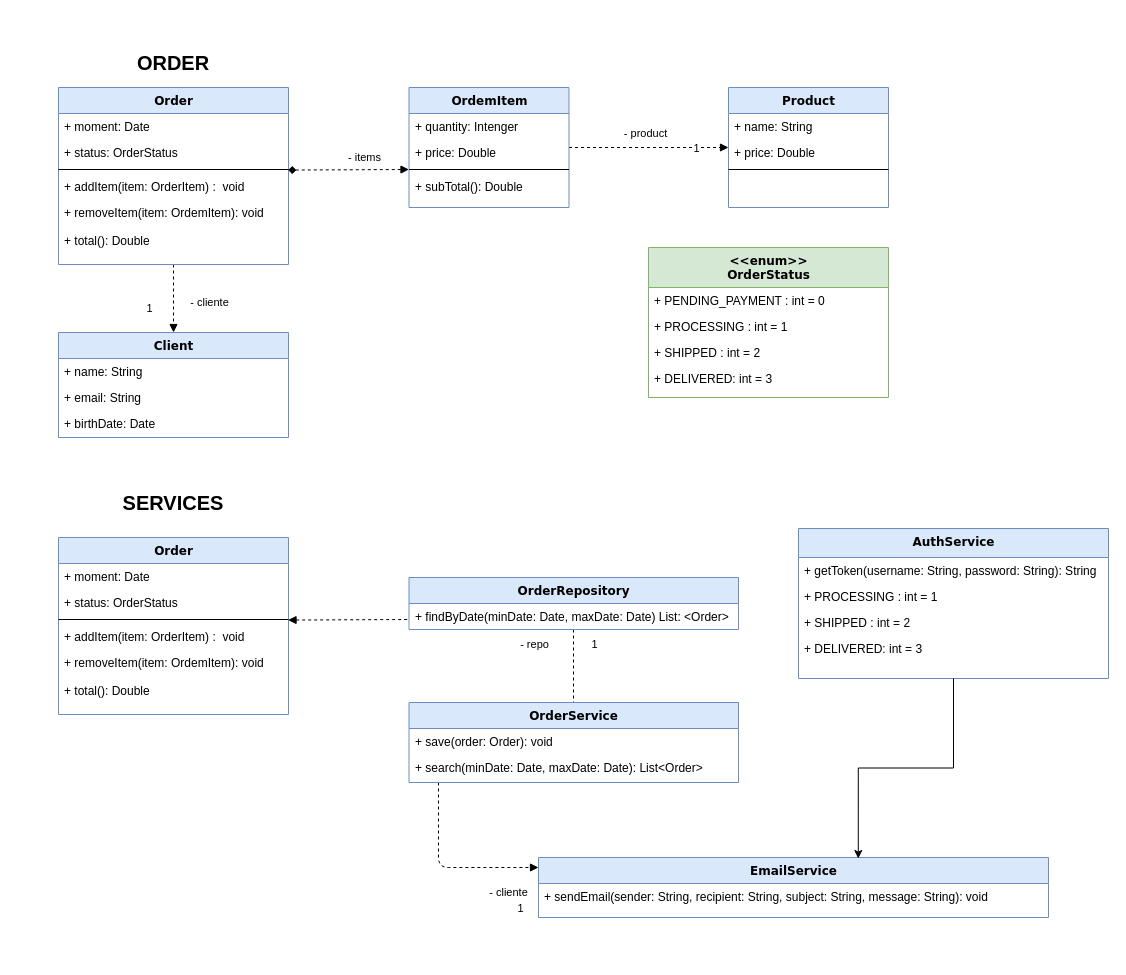
The draw.io diagram Order-Services.drawio in RodrigoGrisi/Diagramas, before the edit. Source tidied: cells renumbered, new cells numbered last; positions are measured from the earlier drawing's top-left corner, leaving out a move shared by most shapes. Both pictures are drawn from the tidied source at 100%, with x=0, y=0 at pixel (58, 47).
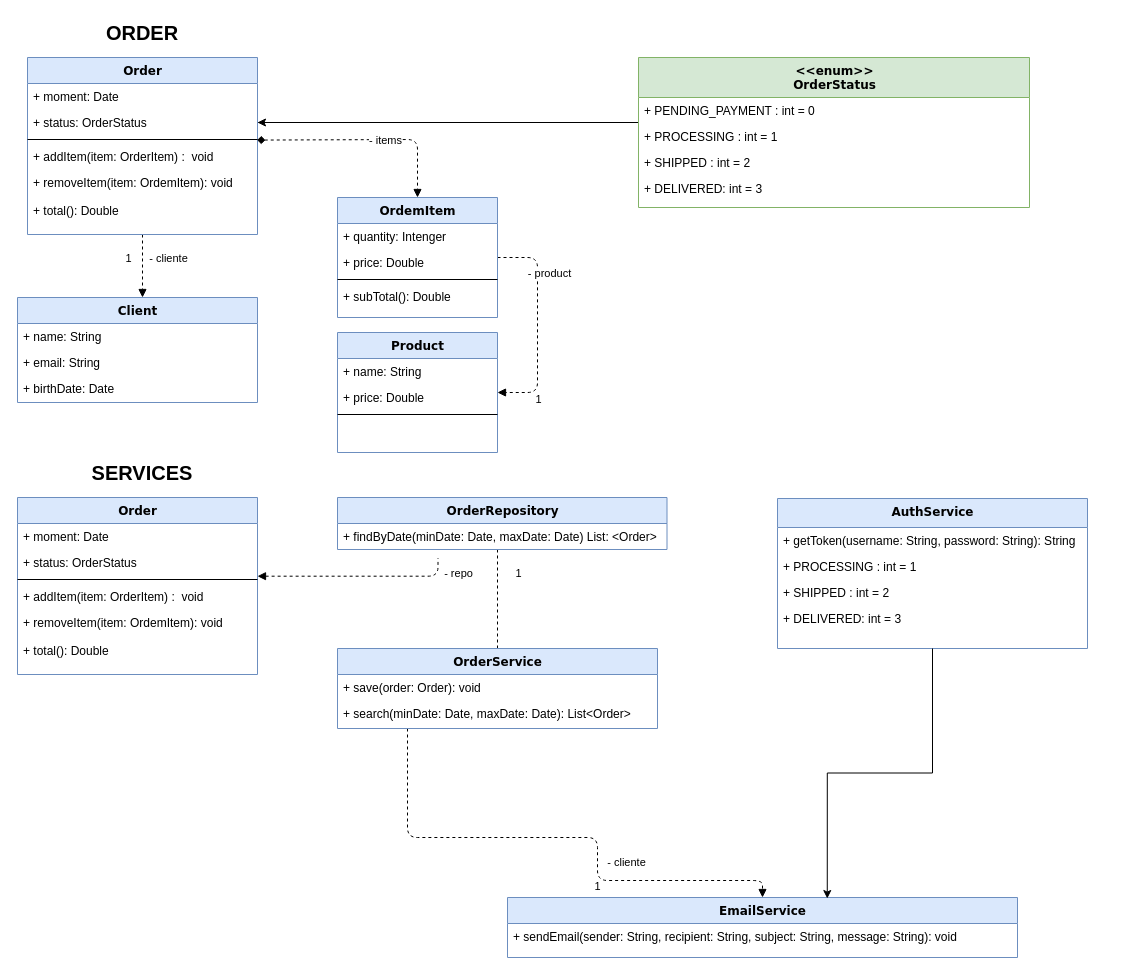
After the change.

The change refers to these unchanged cells:
```xml
<mxCell id="7" value="+ status: OrderStatus" style="text;html=1;strokeColor=none;fillColor=none;align=left;verticalAlign=top;spacingLeft=4;spacingRight=4;whiteSpace=wrap;overflow=hidden;points=[[0,0.5],[1,0.5]];portConstraint=eastwest;" parent="5" vertex="1">
  <mxGeometry y="52" width="230" height="26" as="geometry" />
</mxCell>
<mxCell id="8" style="line;html=1;strokeWidth=1;fillColor=none;align=left;verticalAlign=middle;spacingTop=-1;spacingLeft=3;spacingRight=3;labelPosition=right;points=[];portConstraint=eastwest;" parent="5" vertex="1">
  <mxGeometry y="78" width="230" height="8" as="geometry" />
</mxCell>
```

The edit, as a diff of the source:
```diff
@@
     <mxCell id="2" style="edgeStyle=orthogonalEdgeStyle;html=1;labelBackgroundColor=none;startFill=0;startSize=8;endArrow=block;endFill=1;endSize=6;fontFamily=Verdana;fontSize=12;dashed=1;" parent="1" edge="1" source="5" target="24">
       <mxGeometry relative="1" as="geometry">
         <Array as="points">
-          <mxPoint x="110" y="350" />
-          <mxPoint x="70" y="350" />
+          <mxPoint x="79" y="320" />
+          <mxPoint x="39" y="320" />
         </Array>
       </mxGeometry>
     </mxCell>
     <mxCell id="3" value="- cliente" style="edgeLabel;html=1;align=center;verticalAlign=middle;" parent="2" vertex="1">
       <mxGeometry x="0.02" relative="1" as="geometry">
-        <mxPoint x="35" y="2" as="offset" />
+        <mxPoint x="25" y="-9" as="offset" />
       </mxGeometry>
     </mxCell>
     <mxCell id="4" value="1" style="edgeLabel;html=1;align=center;verticalAlign=middle;" parent="2" vertex="1">
       <mxGeometry x="-0.17" relative="1" as="geometry">
-        <mxPoint x="-25" y="15" as="offset" />
+        <mxPoint x="-15" y="-3" as="offset" />
       </mxGeometry>
     </mxCell>
     <mxCell id="5" value="Order" style="swimlane;html=1;fontStyle=1;align=center;verticalAlign=top;horizontal=1;startSize=26;swimlaneFillColor=#ffffff;rounded=0;shadow=0;comic=0;labelBackgroundColor=none;strokeWidth=1;fillColor=#dae8fc;fontFamily=Verdana;fontSize=12;strokeColor=#6c8ebf;" parent="1" vertex="1">
-      <mxGeometry y="40" width="230" height="177" as="geometry" />
+      <mxGeometry x="-31" y="10" width="230" height="177" as="geometry" />
     </mxCell>
@@
     <mxCell id="12" style="edgeStyle=elbowEdgeStyle;html=1;labelBackgroundColor=none;startFill=0;startSize=8;endArrow=block;endFill=1;endSize=6;fontFamily=Verdana;fontSize=12;elbow=horizontal;dashed=1;" parent="1" edge="1" source="15" target="20">
-      <mxGeometry relative="1" as="geometry" />
+      <mxGeometry relative="1" as="geometry">
+        <Array as="points">
+          <mxPoint x="479" y="90" />
+        </Array>
+      </mxGeometry>
     </mxCell>
     <mxCell id="13" value="- product" style="edgeLabel;html=1;align=center;verticalAlign=middle;" parent="12" vertex="1">
       <mxGeometry x="-0.33" y="-2" relative="1" as="geometry">
-        <mxPoint x="23" y="-17" as="offset" />
+        <mxPoint x="13" y="-17" as="offset" />
       </mxGeometry>
     </mxCell>
     <mxCell id="14" value="1" style="edgeLabel;html=1;align=center;verticalAlign=middle;" parent="12" vertex="1">
-      <mxGeometry x="0.59" relative="1" as="geometry" />
+      <mxGeometry x="0.59" relative="1" as="geometry">
+        <mxPoint y="10" as="offset" />
+      </mxGeometry>
     </mxCell>
     <mxCell id="15" value="OrdemItem" style="swimlane;html=1;fontStyle=1;align=center;verticalAlign=top;horizontal=1;startSize=26;swimlaneFillColor=#ffffff;rounded=0;shadow=0;comic=0;labelBackgroundColor=none;strokeWidth=1;fillColor=#dae8fc;fontFamily=Verdana;fontSize=12;strokeColor=#6c8ebf;" parent="1" vertex="1">
-      <mxGeometry x="350.5" y="40" width="160" height="120" as="geometry" />
+      <mxGeometry x="279" y="150" width="160" height="120" as="geometry" />
     </mxCell>
@@
     <mxCell id="20" value="Product" style="swimlane;html=1;fontStyle=1;align=center;verticalAlign=top;horizontal=1;startSize=26;swimlaneFillColor=#ffffff;rounded=0;shadow=0;comic=0;labelBackgroundColor=none;strokeWidth=1;fillColor=#dae8fc;fontFamily=Verdana;fontSize=12;strokeColor=#6c8ebf;" parent="1" vertex="1">
-      <mxGeometry x="670" y="40" width="160" height="120" as="geometry" />
+      <mxGeometry x="279" y="285" width="160" height="120" as="geometry" />
     </mxCell>
@@
     <mxCell id="24" value="Client" style="swimlane;html=1;fontStyle=1;align=center;verticalAlign=top;horizontal=1;startSize=26;swimlaneFillColor=#ffffff;rounded=0;shadow=0;comic=0;labelBackgroundColor=none;strokeWidth=1;fillColor=#dae8fc;fontFamily=Verdana;fontSize=12;strokeColor=#6c8ebf;" parent="1" vertex="1">
-      <mxGeometry y="285" width="230" height="105" as="geometry" />
+      <mxGeometry x="-41" y="250" width="240" height="105" as="geometry" />
     </mxCell>
     <mxCell id="25" value="+ name: String" style="text;html=1;strokeColor=none;fillColor=none;align=left;verticalAlign=top;spacingLeft=4;spacingRight=4;whiteSpace=wrap;overflow=hidden;" parent="24" vertex="1">
-      <mxGeometry y="26" width="230" height="26" as="geometry" />
+      <mxGeometry y="26" width="240" height="26" as="geometry" />
     </mxCell>
     <mxCell id="26" value="+ email: String" style="text;html=1;strokeColor=none;fillColor=none;align=left;verticalAlign=top;spacingLeft=4;spacingRight=4;whiteSpace=wrap;overflow=hidden;" parent="24" vertex="1">
-      <mxGeometry y="52" width="230" height="26" as="geometry" />
+      <mxGeometry y="52" width="240" height="26" as="geometry" />
     </mxCell>
     <mxCell id="27" value="+ birthDate: Date" style="text;html=1;strokeColor=none;fillColor=none;align=left;verticalAlign=top;spacingLeft=4;spacingRight=4;whiteSpace=wrap;overflow=hidden;" parent="24" vertex="1">
-      <mxGeometry y="78" width="230" height="26" as="geometry" />
+      <mxGeometry y="78" width="240" height="26" as="geometry" />
     </mxCell>
+    <mxCell id="64" style="edgeStyle=orthogonalEdgeStyle;rounded=0;jettySize=auto;html=1;" parent="1" edge="1" source="28" target="7">
+      <mxGeometry relative="1" as="geometry">
+        <Array as="points">
+          <mxPoint x="200" y="75" />
+          <mxPoint x="200" y="75" />
+        </Array>
+      </mxGeometry>
+    </mxCell>
     <mxCell id="28" value="&amp;lt;&amp;lt;enum&amp;gt;&amp;gt;&lt;div&gt;OrderStatus&lt;/div&gt;" style="swimlane;html=1;fontStyle=1;align=center;verticalAlign=top;horizontal=1;startSize=40;swimlaneFillColor=#ffffff;rounded=0;shadow=0;comic=0;labelBackgroundColor=none;strokeWidth=1;fillColor=#d5e8d4;fontFamily=Verdana;fontSize=12;strokeColor=#82b366;" parent="1" vertex="1">
-      <mxGeometry x="590" y="200" width="240" height="150" as="geometry" />
+      <mxGeometry x="580" y="10" width="391" height="150" as="geometry" />
     </mxCell>
     <mxCell id="29" value="+ PENDING_PAYMENT : int = 0" style="text;html=1;strokeColor=none;fillColor=none;align=left;verticalAlign=top;spacingLeft=4;spacingRight=4;whiteSpace=wrap;overflow=hidden;" parent="28" vertex="1">
-      <mxGeometry y="40" width="240" height="26" as="geometry" />
+      <mxGeometry y="40" width="391" height="26" as="geometry" />
     </mxCell>
     <mxCell id="30" value="+ PROCESSING : int = 1" style="text;html=1;strokeColor=none;fillColor=none;align=left;verticalAlign=top;spacingLeft=4;spacingRight=4;whiteSpace=wrap;overflow=hidden;" parent="28" vertex="1">
-      <mxGeometry y="66" width="240" height="26" as="geometry" />
+      <mxGeometry y="66" width="391" height="26" as="geometry" />
     </mxCell>
     <mxCell id="31" value="+ SHIPPED : int = 2" style="text;html=1;strokeColor=none;fillColor=none;align=left;verticalAlign=top;spacingLeft=4;spacingRight=4;whiteSpace=wrap;overflow=hidden;" parent="28" vertex="1">
-      <mxGeometry y="92" width="240" height="26" as="geometry" />
+      <mxGeometry y="92" width="391" height="26" as="geometry" />
     </mxCell>
     <mxCell id="32" value="+ DELIVERED: int = 3" style="text;html=1;strokeColor=none;fillColor=none;align=left;verticalAlign=top;spacingLeft=4;spacingRight=4;whiteSpace=wrap;overflow=hidden;" parent="28" vertex="1">
-      <mxGeometry y="118" width="240" height="26" as="geometry" />
+      <mxGeometry y="118" width="391" height="26" as="geometry" />
     </mxCell>
     <mxCell id="33" style="edgeStyle=elbowEdgeStyle;html=1;labelBackgroundColor=none;startFill=1;endArrow=block;endFill=1;fontFamily=Verdana;fontSize=12;elbow=vertical;dashed=1;exitX=0.998;exitY=0.572;exitDx=0;exitDy=0;exitPerimeter=0;startArrow=diamond;" parent="1" edge="1" source="8" target="15">
       <mxGeometry relative="1" as="geometry">
         <Array as="points">
-          <mxPoint x="270" y="122" />
-          <mxPoint x="460" y="81.5" />
-          <mxPoint x="350" y="80.5" />
+          <mxPoint x="239" y="92" />
+          <mxPoint x="429" y="51.5" />
+          <mxPoint x="319" y="50.5" />
         </Array>
       </mxGeometry>
     </mxCell>
     <mxCell id="34" value="- items" style="edgeLabel;html=1;align=center;verticalAlign=middle;" parent="33" vertex="1">
       <mxGeometry x="0.27" y="1" relative="1" as="geometry">
-        <mxPoint y="-12" as="offset" />
+        <mxPoint x="-10" y="1" as="offset" />
       </mxGeometry>
     </mxCell>
     <mxCell id="35" value="&lt;b&gt;&lt;font style=&quot;font-size: 20px;&quot;&gt;ORDER&lt;/font&gt;&lt;/b&gt;" style="text;strokeColor=none;align=center;fillColor=none;html=1;verticalAlign=middle;whiteSpace=wrap;rounded=0;" parent="1" vertex="1">
-      <mxGeometry width="230" height="30" as="geometry" />
+      <mxGeometry x="-31" y="-30" width="230" height="30" as="geometry" />
     </mxCell>
     <mxCell id="36" value="&lt;b&gt;&lt;font style=&quot;font-size: 20px;&quot;&gt;SERVICES&lt;/font&gt;&lt;/b&gt;" style="text;strokeColor=none;align=center;fillColor=none;html=1;verticalAlign=middle;whiteSpace=wrap;rounded=0;" parent="1" vertex="1">
-      <mxGeometry y="440" width="230" height="30" as="geometry" />
+      <mxGeometry x="-31" y="410" width="230" height="30" as="geometry" />
     </mxCell>
     <mxCell id="37" style="edgeStyle=orthogonalEdgeStyle;html=1;labelBackgroundColor=none;startFill=0;startSize=8;endArrow=block;endFill=1;endSize=6;fontFamily=Verdana;fontSize=12;dashed=1;" parent="1" edge="1" source="52" target="55">
       <mxGeometry relative="1" as="geometry">
         <Array as="points">
-          <mxPoint x="380" y="820" />
-          <mxPoint x="570" y="820" />
-          <mxPoint x="570" y="863" />
+          <mxPoint x="349" y="790" />
+          <mxPoint x="539" y="790" />
+          <mxPoint x="539" y="833" />
         </Array>
       </mxGeometry>
     </mxCell>
@@
     <mxCell id="40" value="Order" style="swimlane;html=1;fontStyle=1;align=center;verticalAlign=top;horizontal=1;startSize=26;swimlaneFillColor=#ffffff;rounded=0;shadow=0;comic=0;labelBackgroundColor=none;strokeWidth=1;fillColor=#dae8fc;fontFamily=Verdana;fontSize=12;strokeColor=#6c8ebf;" parent="1" vertex="1">
-      <mxGeometry y="490" width="230" height="177" as="geometry" />
+      <mxGeometry x="-41" y="450" width="240" height="177" as="geometry" />
     </mxCell>
     <mxCell id="41" value="+ moment: Date" style="text;html=1;strokeColor=none;fillColor=none;align=left;verticalAlign=top;spacingLeft=4;spacingRight=4;whiteSpace=wrap;overflow=hidden;" parent="40" vertex="1">
-      <mxGeometry y="26" width="230" height="26" as="geometry" />
+      <mxGeometry y="26" width="240" height="26" as="geometry" />
     </mxCell>
     <mxCell id="42" value="+ status: OrderStatus" style="text;html=1;strokeColor=none;fillColor=none;align=left;verticalAlign=top;spacingLeft=4;spacingRight=4;whiteSpace=wrap;overflow=hidden;" parent="40" vertex="1">
-      <mxGeometry y="52" width="230" height="26" as="geometry" />
+      <mxGeometry y="52" width="240" height="26" as="geometry" />
     </mxCell>
     <mxCell id="43" style="line;html=1;strokeWidth=1;fillColor=none;align=left;verticalAlign=middle;spacingTop=-1;spacingLeft=3;spacingRight=3;labelPosition=right;points=[];portConstraint=eastwest;" parent="40" vertex="1">
-      <mxGeometry y="78" width="230" height="8" as="geometry" />
+      <mxGeometry y="78" width="240" height="8" as="geometry" />
     </mxCell>
     <mxCell id="44" value="+ addItem(item: OrderItem) :&amp;nbsp; void" style="text;html=1;strokeColor=none;fillColor=none;align=left;verticalAlign=top;spacingLeft=4;spacingRight=4;whiteSpace=wrap;overflow=hidden;" parent="40" vertex="1">
-      <mxGeometry y="86" width="230" height="26" as="geometry" />
+      <mxGeometry y="86" width="240" height="26" as="geometry" />
     </mxCell>
     <mxCell id="45" value="+ removeItem(item: OrdemItem): void" style="text;html=1;strokeColor=none;fillColor=none;align=left;verticalAlign=top;spacingLeft=4;spacingRight=4;whiteSpace=wrap;overflow=hidden;" parent="40" vertex="1">
-      <mxGeometry y="112" width="230" height="28" as="geometry" />
+      <mxGeometry y="112" width="240" height="28" as="geometry" />
     </mxCell>
     <mxCell id="46" value="+ total(): Double" style="text;html=1;strokeColor=none;fillColor=none;align=left;verticalAlign=top;spacingLeft=4;spacingRight=4;whiteSpace=wrap;overflow=hidden;" parent="40" vertex="1">
-      <mxGeometry y="140" width="230" height="30" as="geometry" />
+      <mxGeometry y="140" width="240" height="30" as="geometry" />
     </mxCell>
@@
     <mxCell id="50" value="OrderRepository" style="swimlane;html=1;fontStyle=1;align=center;verticalAlign=top;horizontal=1;startSize=26;swimlaneFillColor=#ffffff;rounded=0;shadow=0;comic=0;labelBackgroundColor=none;strokeWidth=1;fillColor=#dae8fc;fontFamily=Verdana;fontSize=12;strokeColor=#6c8ebf;" parent="1" vertex="1">
-      <mxGeometry x="350.5" y="530" width="329.5" height="52" as="geometry" />
+      <mxGeometry x="279" y="450" width="329.5" height="52" as="geometry" />
     </mxCell>
@@
     <mxCell id="52" value="OrderService" style="swimlane;html=1;fontStyle=1;align=center;verticalAlign=top;horizontal=1;startSize=26;swimlaneFillColor=#ffffff;rounded=0;shadow=0;comic=0;labelBackgroundColor=none;strokeWidth=1;fillColor=#dae8fc;fontFamily=Verdana;fontSize=12;strokeColor=#6c8ebf;" parent="1" vertex="1">
-      <mxGeometry x="350.5" y="655" width="329.5" height="80" as="geometry" />
+      <mxGeometry x="279" y="601" width="320" height="80" as="geometry" />
     </mxCell>
     <mxCell id="53" value="+ save(order: Order): void" style="text;html=1;strokeColor=none;fillColor=none;align=left;verticalAlign=top;spacingLeft=4;spacingRight=4;whiteSpace=wrap;overflow=hidden;" parent="52" vertex="1">
-      <mxGeometry y="26" width="329.5" height="26" as="geometry" />
+      <mxGeometry y="26" width="320" height="26" as="geometry" />
     </mxCell>
     <mxCell id="54" value="+ search(minDate: Date, maxDate: Date): List&amp;lt;Order&amp;gt;" style="text;html=1;strokeColor=none;fillColor=none;align=left;verticalAlign=top;spacingLeft=4;spacingRight=4;whiteSpace=wrap;overflow=hidden;" parent="52" vertex="1">
-      <mxGeometry y="52" width="329.5" height="26" as="geometry" />
+      <mxGeometry y="52" width="320" height="26" as="geometry" />
     </mxCell>
     <mxCell id="55" value="EmailService" style="swimlane;html=1;fontStyle=1;align=center;verticalAlign=top;horizontal=1;startSize=26;swimlaneFillColor=#ffffff;rounded=0;shadow=0;comic=0;labelBackgroundColor=none;strokeWidth=1;fillColor=#dae8fc;fontFamily=Verdana;fontSize=12;strokeColor=#6c8ebf;" parent="1" vertex="1">
-      <mxGeometry x="480" y="810" width="510" height="60" as="geometry" />
+      <mxGeometry x="449" y="850" width="510" height="60" as="geometry" />
     </mxCell>
@@
     <mxCell id="57" value="AuthService" style="swimlane;html=1;fontStyle=1;align=center;verticalAlign=top;horizontal=1;startSize=29;swimlaneFillColor=default;rounded=0;shadow=0;comic=0;labelBackgroundColor=none;strokeWidth=1;fillColor=#dae8fc;fontFamily=Verdana;fontSize=12;strokeColor=#6c8ebf;swimlaneLine=1;glass=0;" parent="1" vertex="1">
-      <mxGeometry x="740" y="481" width="310" height="150" as="geometry" />
+      <mxGeometry x="719" y="451" width="310" height="150" as="geometry" />
     </mxCell>
@@
-    <mxCell id="62" style="edgeStyle=elbowEdgeStyle;html=1;labelBackgroundColor=none;startFill=1;endArrow=none;endFill=0;fontFamily=Verdana;fontSize=12;elbow=vertical;dashed=1;exitX=0.998;exitY=0.572;exitDx=0;exitDy=0;exitPerimeter=0;startArrow=block;" parent="1" edge="1" source="43" target="50">
+    <mxCell id="62" style="edgeStyle=elbowEdgeStyle;html=1;labelBackgroundColor=none;startFill=1;endArrow=none;endFill=0;fontFamily=Verdana;fontSize=12;elbow=vertical;dashed=1;startArrow=block;" parent="1" edge="1" source="40">
       <mxGeometry relative="1" as="geometry">
+        <mxPoint x="379.5" y="510.7" as="targetPoint" />
         <Array as="points">
-          <mxPoint x="270" y="572" />
-          <mxPoint x="460" y="531.5" />
-          <mxPoint x="350" y="530.5" />
+          <mxPoint x="379.5" y="528.7" />
+          <mxPoint x="259.5" y="550.7" />
+          <mxPoint x="449.5" y="510.2" />
+          <mxPoint x="339.5" y="509.2" />
         </Array>
       </mxGeometry>
     </mxCell>
```
